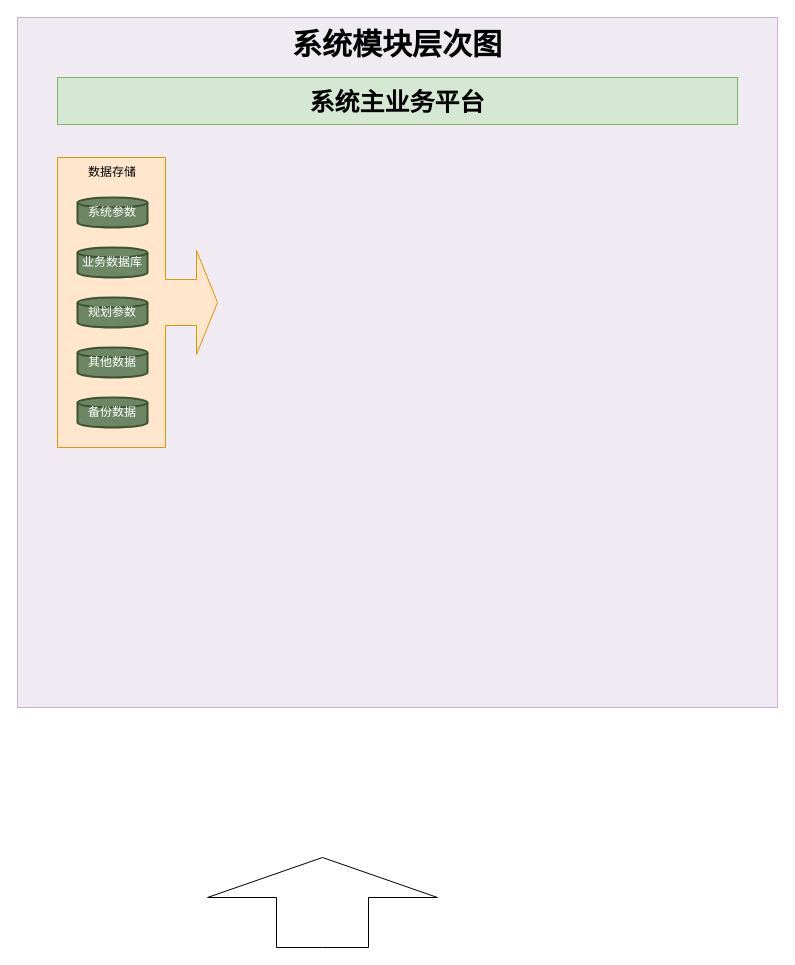
Above: 西部航空系统架构.drawio in HXLMOM/cctest (draw.io), before the change. Source tidied: cells renumbered, new cells numbered last; positions are measured from the earlier drawing's top-left corner, leaving out a move shared by most shapes. Both pictures are drawn from the tidied source at 100%, with x=0, y=0 at pixel (17, 17).
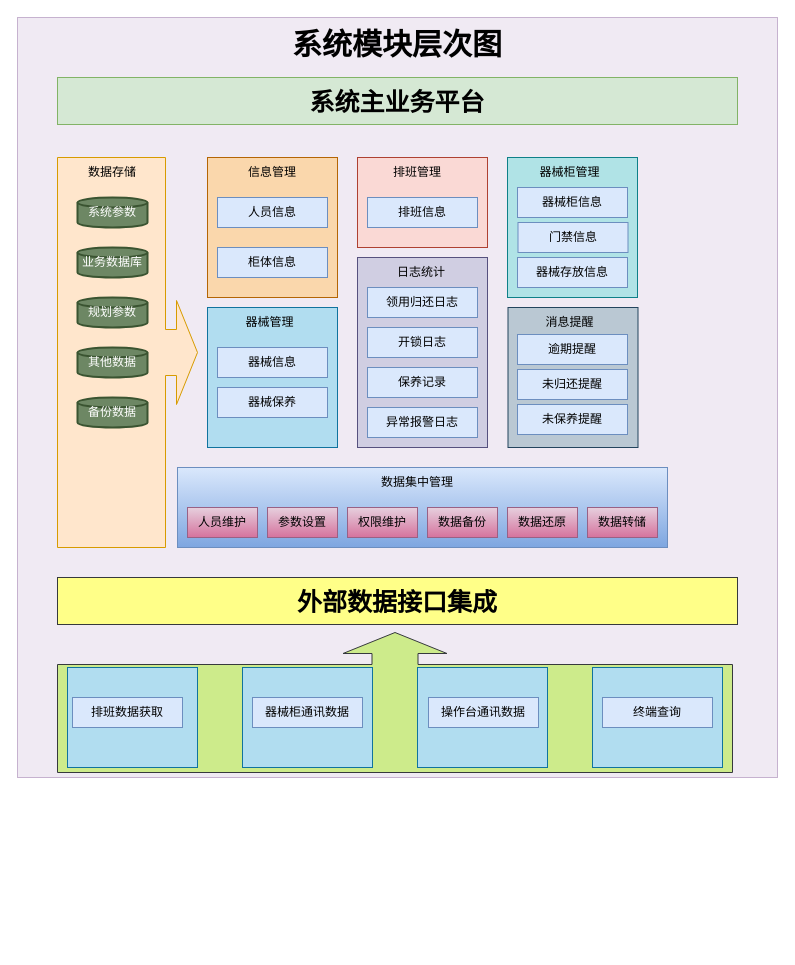
The same diagram, later.

Commit message:
更新西部航空系统架构.drawio

Diff of the diagram source:
```diff
@@
-    <mxCell id="2" style="html=1;shadow=0;align=center;verticalAlign=middle;shape=mxgraph.arrows2.arrow;dy=0.6;dx=40;direction=north;notch=0;strokeColor=default;" parent="1" vertex="1">
-      <mxGeometry x="190" y="840" width="230" height="90" as="geometry" />
-    </mxCell>
     <mxCell id="3" style="rounded=0;whiteSpace=wrap;html=1;fillColor=#e1d5e7;fillStyle=auto;strokeColor=#9673a6;opacity=50;" parent="1" vertex="1">
-      <mxGeometry width="760" height="690" as="geometry" />
+      <mxGeometry width="760" height="760" as="geometry" />
     </mxCell>
@@
     <mxCell id="6" style="html=1;shadow=0;dashed=0;align=center;verticalAlign=middle;shape=mxgraph.arrows2.calloutArrow;dy=23;dx=21;notch=108;arrowHead=29;fillColor=#ffe6cc;strokeColor=#d79b00;" parent="1" vertex="1">
-      <mxGeometry x="40" y="140" width="160" height="290" as="geometry" />
+      <mxGeometry x="40" y="140" width="140" height="390" as="geometry" />
     </mxCell>
@@
+    <mxCell id="13" style="rounded=0;whiteSpace=wrap;html=1;fillColor=#fad7ac;strokeColor=#b46504;" parent="1" vertex="1">
+      <mxGeometry x="190" y="140" width="130" height="140" as="geometry" />
+    </mxCell>
+    <mxCell id="14" value="信息管理" style="text;html=1;strokeColor=none;fillColor=none;align=center;verticalAlign=middle;whiteSpace=wrap;rounded=0;" parent="1" vertex="1">
+      <mxGeometry x="225" y="140" width="60" height="30" as="geometry" />
+    </mxCell>
+    <mxCell id="15" value="人员信息" style="rounded=0;whiteSpace=wrap;html=1;fillColor=#dae8fc;strokeColor=#6c8ebf;" parent="1" vertex="1">
+      <mxGeometry x="200" y="180" width="110" height="30" as="geometry" />
+    </mxCell>
+    <mxCell id="16" value="柜体信息" style="rounded=0;whiteSpace=wrap;html=1;fillColor=#dae8fc;strokeColor=#6c8ebf;" parent="1" vertex="1">
+      <mxGeometry x="200" y="230" width="110" height="30" as="geometry" />
+    </mxCell>
+    <mxCell id="17" style="rounded=0;whiteSpace=wrap;html=1;fillColor=#fad9d5;strokeColor=#ae4132;" parent="1" vertex="1">
+      <mxGeometry x="340" y="140" width="130" height="90" as="geometry" />
+    </mxCell>
+    <mxCell id="18" value="排班管理" style="text;html=1;strokeColor=none;fillColor=none;align=center;verticalAlign=middle;whiteSpace=wrap;rounded=0;" parent="1" vertex="1">
+      <mxGeometry x="370" y="140" width="60" height="30" as="geometry" />
+    </mxCell>
+    <mxCell id="19" value="排班信息" style="rounded=0;whiteSpace=wrap;html=1;fillColor=#dae8fc;strokeColor=#6c8ebf;" parent="1" vertex="1">
+      <mxGeometry x="350" y="180" width="110" height="30" as="geometry" />
+    </mxCell>
+    <mxCell id="20" style="rounded=0;whiteSpace=wrap;html=1;fillColor=#b0e3e6;strokeColor=#0e8088;" parent="1" vertex="1">
+      <mxGeometry x="490" y="140" width="130" height="140" as="geometry" />
+    </mxCell>
+    <mxCell id="21" value="器械柜信息" style="rounded=0;whiteSpace=wrap;html=1;fillColor=#dae8fc;strokeColor=#6c8ebf;" parent="1" vertex="1">
+      <mxGeometry x="500" y="170" width="110" height="30" as="geometry" />
+    </mxCell>
+    <mxCell id="22" value="器械柜管理" style="text;html=1;strokeColor=none;fillColor=none;align=center;verticalAlign=middle;whiteSpace=wrap;rounded=0;" parent="1" vertex="1">
+      <mxGeometry x="520" y="140" width="65" height="30" as="geometry" />
+    </mxCell>
+    <mxCell id="23" value="器械存放信息" style="rounded=0;whiteSpace=wrap;html=1;fillColor=#dae8fc;strokeColor=#6c8ebf;" parent="1" vertex="1">
+      <mxGeometry x="500" y="240" width="110" height="30" as="geometry" />
+    </mxCell>
+    <mxCell id="24" style="rounded=0;whiteSpace=wrap;html=1;fillColor=#b1ddf0;strokeColor=#10739e;" parent="1" vertex="1">
+      <mxGeometry x="190" y="290" width="130" height="140" as="geometry" />
+    </mxCell>
+    <mxCell id="25" value="器械管理" style="text;html=1;strokeColor=none;fillColor=none;align=center;verticalAlign=middle;whiteSpace=wrap;rounded=0;" parent="1" vertex="1">
+      <mxGeometry x="220" y="290" width="65" height="30" as="geometry" />
+    </mxCell>
+    <mxCell id="26" value="器械信息" style="rounded=0;whiteSpace=wrap;html=1;fillColor=#dae8fc;strokeColor=#6c8ebf;" parent="1" vertex="1">
+      <mxGeometry x="200" y="330" width="110" height="30" as="geometry" />
+    </mxCell>
+    <mxCell id="27" value="器械保养" style="rounded=0;whiteSpace=wrap;html=1;fillColor=#dae8fc;strokeColor=#6c8ebf;" parent="1" vertex="1">
+      <mxGeometry x="200" y="370" width="110" height="30" as="geometry" />
+    </mxCell>
+    <mxCell id="28" value="门禁信息" style="rounded=0;whiteSpace=wrap;html=1;fillColor=#dae8fc;strokeColor=#6c8ebf;" parent="1" vertex="1">
+      <mxGeometry x="500.5" y="205" width="110" height="30" as="geometry" />
+    </mxCell>
+    <mxCell id="29" style="rounded=0;whiteSpace=wrap;html=1;fillColor=#bac8d3;strokeColor=#23445d;" parent="1" vertex="1">
+      <mxGeometry x="490.5" y="290" width="130" height="140" as="geometry" />
+    </mxCell>
+    <mxCell id="30" value="&lt;p class=&quot;MsoNormal&quot;&gt;消息提醒&lt;/p&gt;" style="text;html=1;strokeColor=none;fillColor=none;align=center;verticalAlign=middle;whiteSpace=wrap;rounded=0;" parent="1" vertex="1">
+      <mxGeometry x="520" y="290" width="65" height="30" as="geometry" />
+    </mxCell>
+    <mxCell id="31" value="&lt;p class=&quot;MsoNormal&quot;&gt;逾期提醒&lt;/p&gt;" style="rounded=0;whiteSpace=wrap;html=1;fillColor=#dae8fc;strokeColor=#6c8ebf;" parent="1" vertex="1">
+      <mxGeometry x="500" y="317" width="110" height="30" as="geometry" />
+    </mxCell>
+    <mxCell id="32" value="&lt;p class=&quot;MsoNormal&quot;&gt;未归还提醒&lt;/p&gt;" style="rounded=0;whiteSpace=wrap;html=1;fillColor=#dae8fc;strokeColor=#6c8ebf;" parent="1" vertex="1">
+      <mxGeometry x="500" y="352" width="110" height="30" as="geometry" />
+    </mxCell>
+    <mxCell id="33" value="&lt;p class=&quot;MsoNormal&quot;&gt;未保养提醒&lt;/p&gt;" style="rounded=0;whiteSpace=wrap;html=1;fillColor=#dae8fc;strokeColor=#6c8ebf;" parent="1" vertex="1">
+      <mxGeometry x="500" y="387" width="110" height="30" as="geometry" />
+    </mxCell>
+    <mxCell id="34" style="group;fillColor=#d0cee2;strokeColor=#56517e;" parent="1" vertex="1">
+      <mxGeometry x="340" y="240" width="130" height="190" as="geometry" />
+    </mxCell>
+    <mxCell id="35" style="group;" parent="34" vertex="1">
+      <mxGeometry width="130" height="190" as="geometry" />
+    </mxCell>
+    <mxCell id="36" style="rounded=0;whiteSpace=wrap;html=1;fillColor=#d0cee2;strokeColor=#56517e;" parent="35" vertex="1">
+      <mxGeometry width="130" height="190" as="geometry" />
+    </mxCell>
+    <mxCell id="37" value="日志统计" style="text;html=1;strokeColor=none;fillColor=none;align=center;verticalAlign=middle;whiteSpace=wrap;rounded=0;" parent="35" vertex="1">
+      <mxGeometry x="34" width="60" height="30" as="geometry" />
+    </mxCell>
+    <mxCell id="38" value="领用归还日志" style="rounded=0;whiteSpace=wrap;html=1;fillColor=#dae8fc;strokeColor=#6c8ebf;" parent="35" vertex="1">
+      <mxGeometry x="10" y="30" width="110" height="30" as="geometry" />
+    </mxCell>
+    <mxCell id="39" value="开锁日志" style="rounded=0;whiteSpace=wrap;html=1;fillColor=#dae8fc;strokeColor=#6c8ebf;" parent="35" vertex="1">
+      <mxGeometry x="10" y="70" width="110" height="30" as="geometry" />
+    </mxCell>
+    <mxCell id="40" value="保养记录" style="rounded=0;whiteSpace=wrap;html=1;fillColor=#dae8fc;strokeColor=#6c8ebf;" parent="35" vertex="1">
+      <mxGeometry x="10" y="110" width="110" height="30" as="geometry" />
+    </mxCell>
+    <mxCell id="41" value="异常报警日志" style="rounded=0;whiteSpace=wrap;html=1;fillColor=#dae8fc;strokeColor=#6c8ebf;" parent="35" vertex="1">
+      <mxGeometry x="10" y="150" width="110" height="30" as="geometry" />
+    </mxCell>
+    <mxCell id="42" style="rounded=0;whiteSpace=wrap;html=1;fillColor=#dae8fc;gradientColor=#7ea6e0;strokeColor=#6c8ebf;" parent="1" vertex="1">
+      <mxGeometry x="160" y="450" width="490" height="80" as="geometry" />
+    </mxCell>
+    <mxCell id="43" value="数据集中管理" style="text;html=1;strokeColor=none;fillColor=none;align=center;verticalAlign=middle;whiteSpace=wrap;rounded=0;" parent="1" vertex="1">
+      <mxGeometry x="350" y="450" width="100" height="30" as="geometry" />
+    </mxCell>
+    <mxCell id="44" value="人员维护" style="rounded=0;whiteSpace=wrap;html=1;fillColor=#e6d0de;strokeColor=#996185;gradientColor=#d5739d;" parent="1" vertex="1">
+      <mxGeometry x="170" y="490" width="70" height="30" as="geometry" />
+    </mxCell>
+    <mxCell id="45" value="参数设置" style="rounded=0;whiteSpace=wrap;html=1;fillColor=#e6d0de;strokeColor=#996185;gradientColor=#d5739d;" parent="1" vertex="1">
+      <mxGeometry x="250" y="490" width="70" height="30" as="geometry" />
+    </mxCell>
+    <mxCell id="46" value="权限维护" style="rounded=0;whiteSpace=wrap;html=1;fillColor=#e6d0de;strokeColor=#996185;gradientColor=#d5739d;" parent="1" vertex="1">
+      <mxGeometry x="330" y="490" width="70" height="30" as="geometry" />
+    </mxCell>
+    <mxCell id="47" value="数据备份" style="rounded=0;whiteSpace=wrap;html=1;fillColor=#e6d0de;strokeColor=#996185;gradientColor=#d5739d;" parent="1" vertex="1">
+      <mxGeometry x="410" y="490" width="70" height="30" as="geometry" />
+    </mxCell>
+    <mxCell id="48" value="数据还原" style="rounded=0;whiteSpace=wrap;html=1;fillColor=#e6d0de;strokeColor=#996185;gradientColor=#d5739d;" parent="1" vertex="1">
+      <mxGeometry x="490" y="490" width="70" height="30" as="geometry" />
+    </mxCell>
+    <mxCell id="49" value="数据转储" style="rounded=0;whiteSpace=wrap;html=1;fillColor=#e6d0de;strokeColor=#996185;gradientColor=#d5739d;" parent="1" vertex="1">
+      <mxGeometry x="570" y="490" width="70" height="30" as="geometry" />
+    </mxCell>
+    <mxCell id="50" value="外部数据接口集成" style="rounded=0;whiteSpace=wrap;html=1;fillColor=#ffff88;strokeColor=#36393d;fontSize=25;fontStyle=1;fontFamily=微软雅黑;" parent="1" vertex="1">
+      <mxGeometry x="40" y="560" width="680" height="47" as="geometry" />
+    </mxCell>
+    <mxCell id="51" style="html=1;shadow=0;dashed=0;align=center;verticalAlign=middle;shape=mxgraph.arrows2.calloutArrow;dy=23;dx=21;notch=108;arrowHead=29;fillColor=#cdeb8b;strokeColor=#36393d;rotation=-90;" parent="1" vertex="1">
+      <mxGeometry x="307.5" y="347.5" width="140" height="675" as="geometry" />
+    </mxCell>
+    <mxCell id="52" style="rounded=0;whiteSpace=wrap;html=1;fillColor=#b1ddf0;strokeColor=#10739e;" parent="1" vertex="1">
+      <mxGeometry x="50" y="650" width="130" height="100" as="geometry" />
+    </mxCell>
+    <mxCell id="53" value="排班数据获取" style="rounded=0;whiteSpace=wrap;html=1;fillColor=#dae8fc;strokeColor=#6c8ebf;" parent="1" vertex="1">
+      <mxGeometry x="55" y="680" width="110" height="30" as="geometry" />
+    </mxCell>
+    <mxCell id="54" style="rounded=0;whiteSpace=wrap;html=1;fillColor=#b1ddf0;strokeColor=#10739e;" parent="1" vertex="1">
+      <mxGeometry x="225" y="650" width="130" height="100" as="geometry" />
+    </mxCell>
+    <mxCell id="55" value="器械柜通讯数据" style="rounded=0;whiteSpace=wrap;html=1;fillColor=#dae8fc;strokeColor=#6c8ebf;" parent="1" vertex="1">
+      <mxGeometry x="235" y="680" width="110" height="30" as="geometry" />
+    </mxCell>
+    <mxCell id="56" style="rounded=0;whiteSpace=wrap;html=1;fillColor=#b1ddf0;strokeColor=#10739e;" parent="1" vertex="1">
+      <mxGeometry x="400" y="650" width="130" height="100" as="geometry" />
+    </mxCell>
+    <mxCell id="57" value="操作台通讯数据" style="rounded=0;whiteSpace=wrap;html=1;fillColor=#dae8fc;strokeColor=#6c8ebf;" parent="1" vertex="1">
+      <mxGeometry x="411" y="680" width="110" height="30" as="geometry" />
+    </mxCell>
+    <mxCell id="58" style="rounded=0;whiteSpace=wrap;html=1;fillColor=#b1ddf0;strokeColor=#10739e;" parent="1" vertex="1">
+      <mxGeometry x="575" y="650" width="130" height="100" as="geometry" />
+    </mxCell>
+    <mxCell id="59" value="终端查询" style="rounded=0;whiteSpace=wrap;html=1;fillColor=#dae8fc;strokeColor=#6c8ebf;" parent="1" vertex="1">
+      <mxGeometry x="585" y="680" width="110" height="30" as="geometry" />
+    </mxCell>
```
